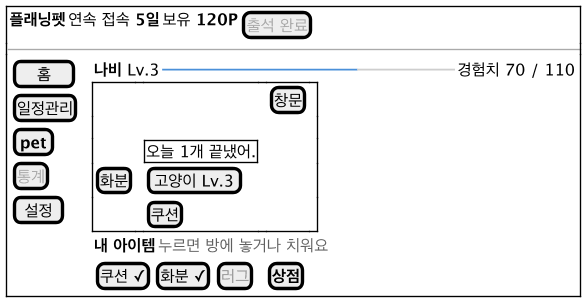
Earlier version of the PlantUML export docs/diagrams/ui-pet.png (2026-2-software-system-design-11/planning-pet-app).
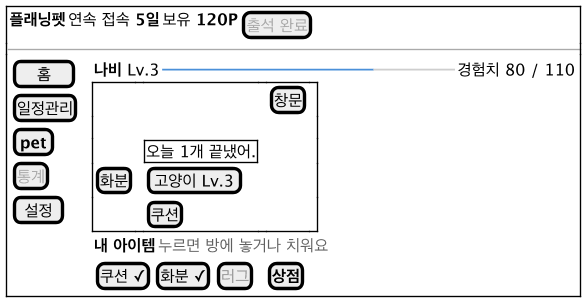
Later version of the same file.

The edit, as a diff of the source:
```diff
@@ -12,7 +12,7 @@
       [ 설정 ]
     } | . |
     {
-      { <b>나비</b> Lv.3 | <color:#4A90D9>━━━━━━━━━━━━</color><color:#CCCCCC>━━━━━━</color> | 경험치 70 / 110 }
+      { <b>나비</b> Lv.3 | <color:#4A90D9>━━━━━━━━━━━━━</color><color:#CCCCCC>━━━━━</color> | 경험치 80 / 110 }
       {+
         .  | . | . | . | [창문] | .
         .  | . | . | . | . | .
```
